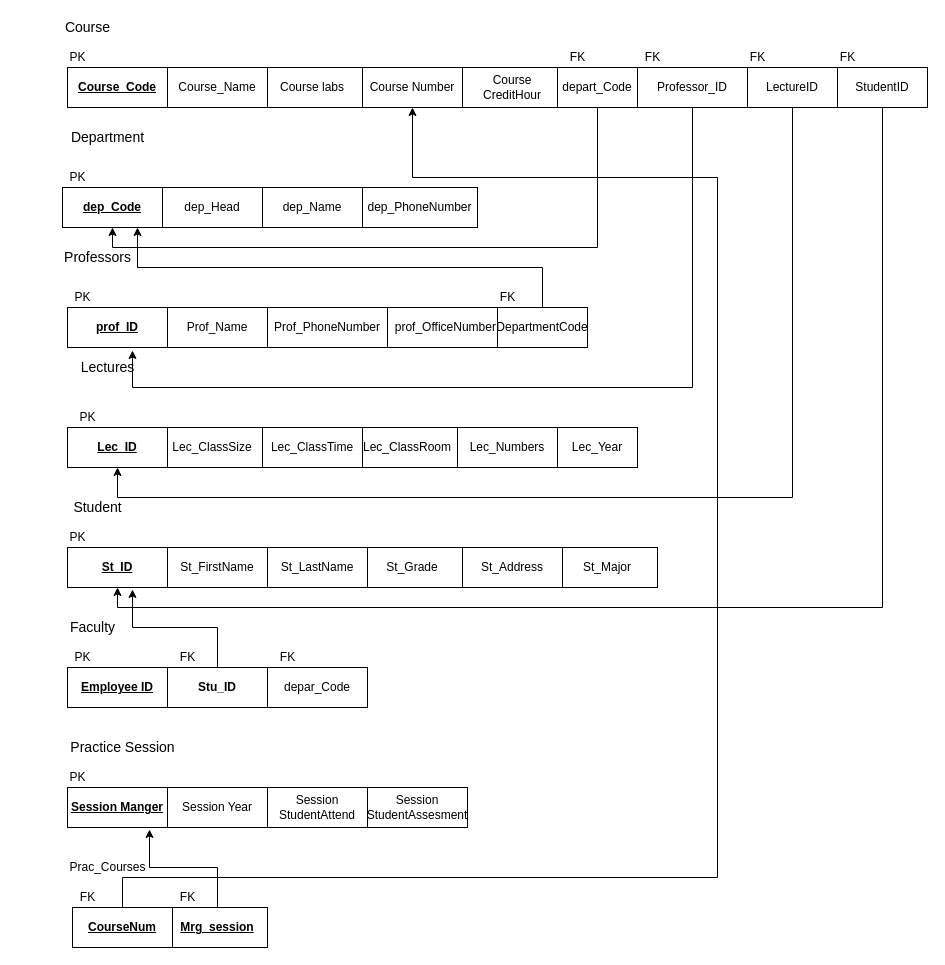
Before: Untitled Diagram.drawio in yassmiin/yasminproject, a draw.io diagram. Source tidied: cells renumbered, new cells numbered last; positions are measured from the earlier drawing's top-left corner, leaving out a move shared by most shapes. Both pictures are drawn from the tidied source at 100%, with x=0, y=0 at pixel (57, 17).
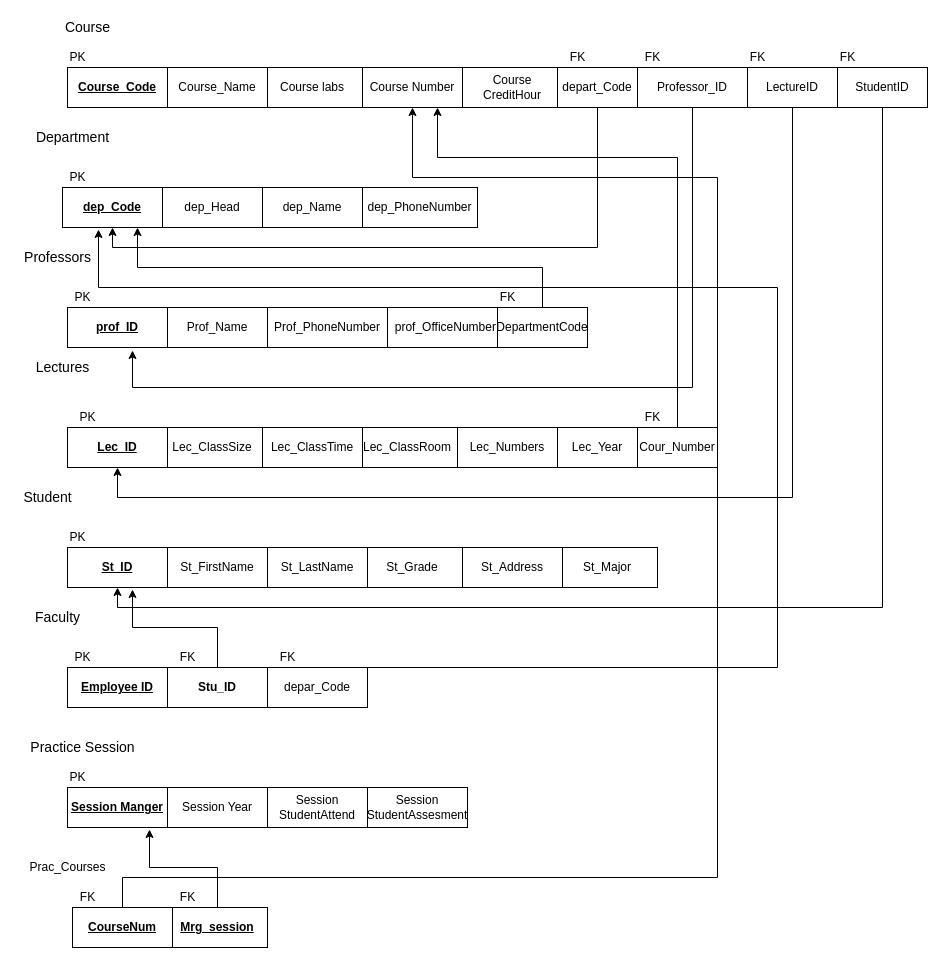
After the change.

The change refers to these unchanged cells:
```xml
<mxCell id="5" value="Course Number" style="whiteSpace=wrap;html=1;align=center;" parent="1" vertex="1">
  <mxGeometry x="305" y="50" width="100" height="40" as="geometry" />
</mxCell>
<mxCell id="12" value="&lt;b&gt;&lt;u&gt;dep_Code&lt;/u&gt;&lt;/b&gt;" style="whiteSpace=wrap;html=1;align=center;" parent="1" vertex="1">
  <mxGeometry x="5" y="170" width="100" height="40" as="geometry" />
</mxCell>
<mxCell id="63" value="depar_Code" style="whiteSpace=wrap;html=1;" parent="1" vertex="1">
  <mxGeometry x="210" y="650" width="100" height="40" as="geometry" />
</mxCell>
```

Change to the diagram source:
```diff
@@
     <mxCell id="8" value="&lt;font style=&quot;font-size: 14px&quot;&gt;Department&lt;/font&gt;" style="text;html=1;align=center;verticalAlign=middle;strokeColor=none;" parent="1" vertex="1">
-      <mxGeometry x="5" y="110" width="90" height="20" as="geometry" />
+      <mxGeometry x="-30" y="110" width="90" height="20" as="geometry" />
     </mxCell>
@@
     <mxCell id="13" value="&lt;font style=&quot;font-size: 14px&quot;&gt;Professors&lt;/font&gt;" style="text;html=1;align=center;verticalAlign=middle;strokeColor=none;" parent="1" vertex="1">
-      <mxGeometry y="230" width="80" height="20" as="geometry" />
+      <mxGeometry x="-40" y="230" width="80" height="20" as="geometry" />
     </mxCell>
@@
     <mxCell id="18" value="&lt;font style=&quot;font-size: 14px&quot;&gt;Lectures&lt;/font&gt;" style="text;html=1;align=center;verticalAlign=middle;strokeColor=none;" parent="1" vertex="1">
-      <mxGeometry x="15" y="340" width="70" height="20" as="geometry" />
+      <mxGeometry x="-30" y="340" width="70" height="20" as="geometry" />
     </mxCell>
@@
     <mxCell id="24" value="&lt;font style=&quot;font-size: 14px&quot;&gt;Student&lt;/font&gt;" style="text;html=1;align=center;verticalAlign=middle;strokeColor=none;" parent="1" vertex="1">
-      <mxGeometry x="10" y="480" width="60" height="20" as="geometry" />
+      <mxGeometry x="-40" y="470" width="60" height="20" as="geometry" />
     </mxCell>
@@
     <mxCell id="31" value="&lt;font style=&quot;font-size: 14px&quot;&gt;Faculty&lt;/font&gt;" style="text;html=1;align=center;verticalAlign=middle;strokeColor=none;" parent="1" vertex="1">
-      <mxGeometry x="5" y="600" width="60" height="20" as="geometry" />
+      <mxGeometry x="-30" y="590" width="60" height="20" as="geometry" />
     </mxCell>
@@
     <mxCell id="35" value="&lt;font style=&quot;font-size: 14px&quot;&gt;Practice Session&lt;/font&gt;" style="text;html=1;align=center;verticalAlign=middle;strokeColor=none;" parent="1" vertex="1">
-      <mxGeometry x="5" y="720" width="120" height="20" as="geometry" />
+      <mxGeometry x="-35" y="720" width="120" height="20" as="geometry" />
     </mxCell>
@@
+    <mxCell id="73" style="edgeStyle=orthogonalEdgeStyle;rounded=0;jettySize=auto;html=1;exitX=0.5;exitY=0;exitDx=0;exitDy=0;entryX=0.36;entryY=1.05;entryDx=0;entryDy=0;entryPerimeter=0;" parent="1" edge="1" source="63" target="12">
+      <mxGeometry relative="1" as="geometry">
+        <Array as="points">
+          <mxPoint x="720" y="650" />
+          <mxPoint x="720" y="270" />
+          <mxPoint x="41" y="270" />
+        </Array>
+      </mxGeometry>
+    </mxCell>
@@
     <mxCell id="65" value="Prac_Courses" style="text;html=1;align=center;verticalAlign=middle;strokeColor=none;" parent="1" vertex="1">
-      <mxGeometry x="5" y="840" width="90" height="20" as="geometry" />
+      <mxGeometry x="-35" y="840" width="90" height="20" as="geometry" />
     </mxCell>
@@
+    <mxCell id="74" style="edgeStyle=orthogonalEdgeStyle;rounded=0;jettySize=auto;html=1;exitX=0.5;exitY=0;exitDx=0;exitDy=0;entryX=0.75;entryY=1;entryDx=0;entryDy=0;" parent="1" edge="1" source="75" target="5">
+      <mxGeometry relative="1" as="geometry">
+        <Array as="points">
+          <mxPoint x="620" y="140" />
+          <mxPoint x="380" y="140" />
+        </Array>
+      </mxGeometry>
+    </mxCell>
+    <mxCell id="75" value="Cour_Number" style="whiteSpace=wrap;html=1;" parent="1" vertex="1">
+      <mxGeometry x="580" y="410" width="80" height="40" as="geometry" />
+    </mxCell>
+    <mxCell id="76" value="FK" style="text;html=1;align=center;verticalAlign=middle;strokeColor=none;" parent="1" vertex="1">
+      <mxGeometry x="580" y="390" width="30" height="20" as="geometry" />
+    </mxCell>
```
